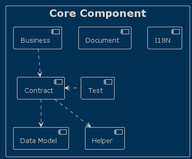
This is document/docs/images/Core.png from oss-community/pine-java-core-archaive, a PlantUML export, as it was before one commit. Source of this version:
```plantuml
@startuml
skinparam shadowing false
!theme blueprint
rectangle "Core Component" as coreComponent {

    component "I18N" as i18n
    component "Document" as document
    component "Data Model" as dataModel
    component "Helper" as helper
    component "Test" as test
    component "Contract" as contract
    component "Business" as business

    contract ..> dataModel
    contract ..> helper
    business ..> contract
    test .left.> contract
}
@enduml
```
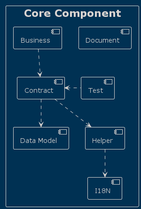
Above is the later version.

What changed in the source:
```diff
@@ -11,6 +11,7 @@
     component "Contract" as contract
     component "Business" as business
 
+    helper ..> i18n
     contract ..> dataModel
     contract ..> helper
     business ..> contract
```
